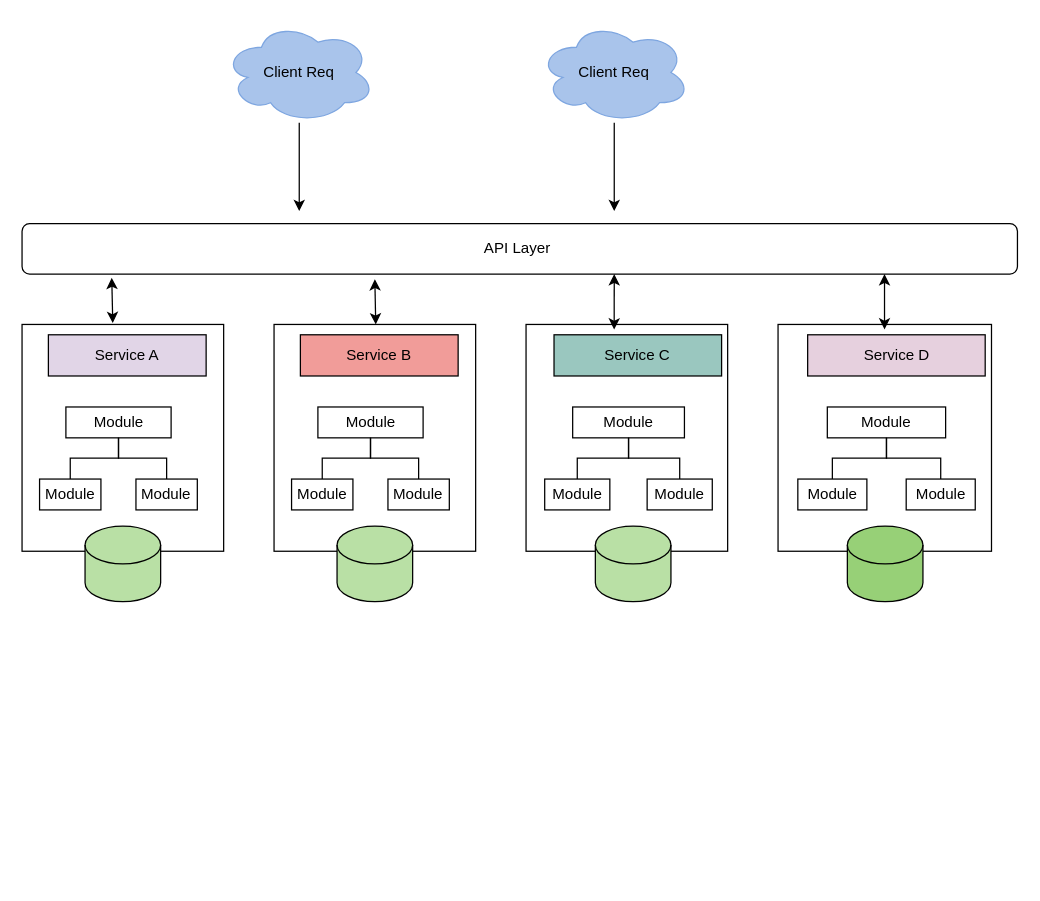
This is Untitled Diagram.drawio from pnabhilash/caching-strategies, a draw.io file, before an edit. Source tidied: cells renumbered, new cells numbered last; positions are measured from the earlier drawing's top-left corner, leaving out a move shared by most shapes. Both pictures are drawn from the tidied source at 126%, with x=0, y=0 at pixel (21, 21).
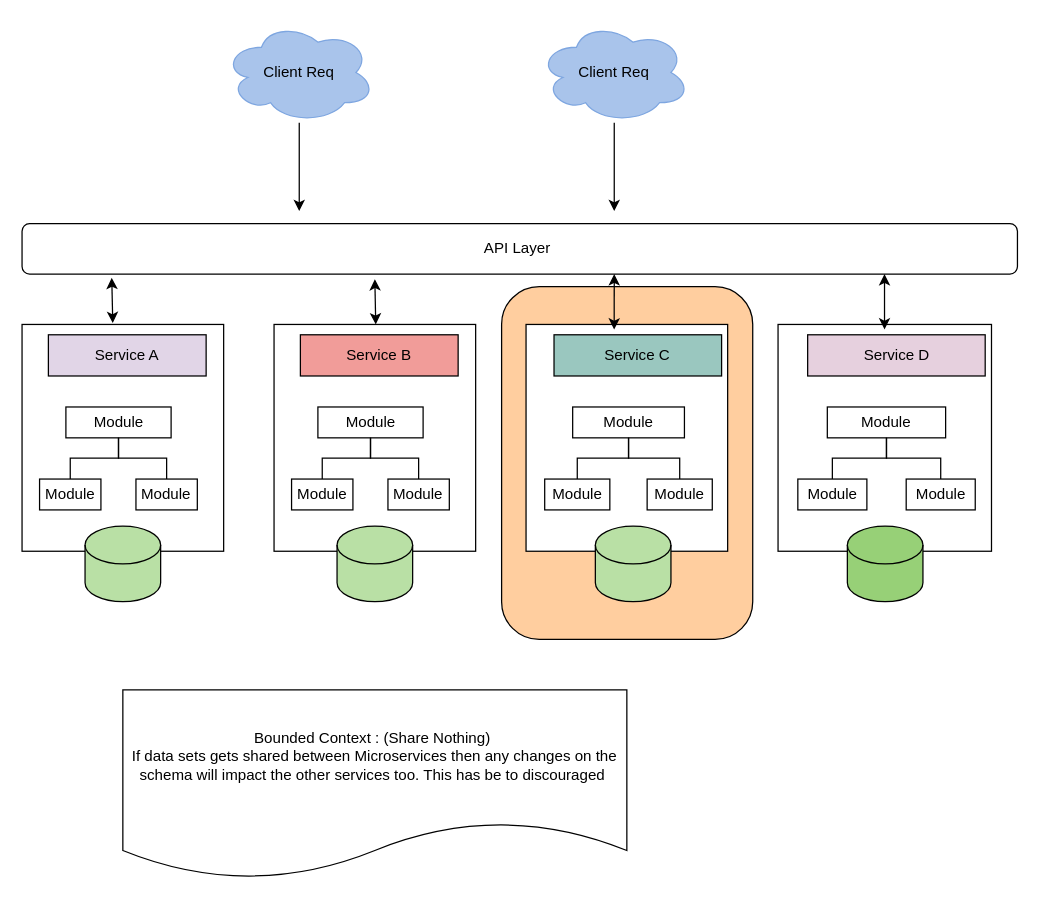
The same page after the edit.

Diff of the diagram source:
```diff
@@
     <mxCell id="23" style="group;" parent="1" vertex="1">
-      <mxGeometry x="400" y="240" width="170" height="180" as="geometry" />
+      <mxGeometry x="400" y="240" width="180" height="250" as="geometry" />
     </mxCell>
+    <mxCell id="47" style="rounded=1;whiteSpace=wrap;html=1;fillColor=#FFCE9F;" parent="23" vertex="1">
+      <mxGeometry x="-19.4" y="-30" width="199.3" height="280" as="geometry" />
+    </mxCell>
@@
+    <mxCell id="48" value="Bounded Context : (Share Nothing)&amp;nbsp;&lt;br&gt;If data sets gets shared between Microservices then any changes on the schema will impact the other services too. This has be to discouraged&amp;nbsp;" style="shape=document;whiteSpace=wrap;html=1;boundedLbl=1;" parent="1" vertex="1">
+      <mxGeometry x="80" y="530" width="400" height="150" as="geometry" />
+    </mxCell>
```
